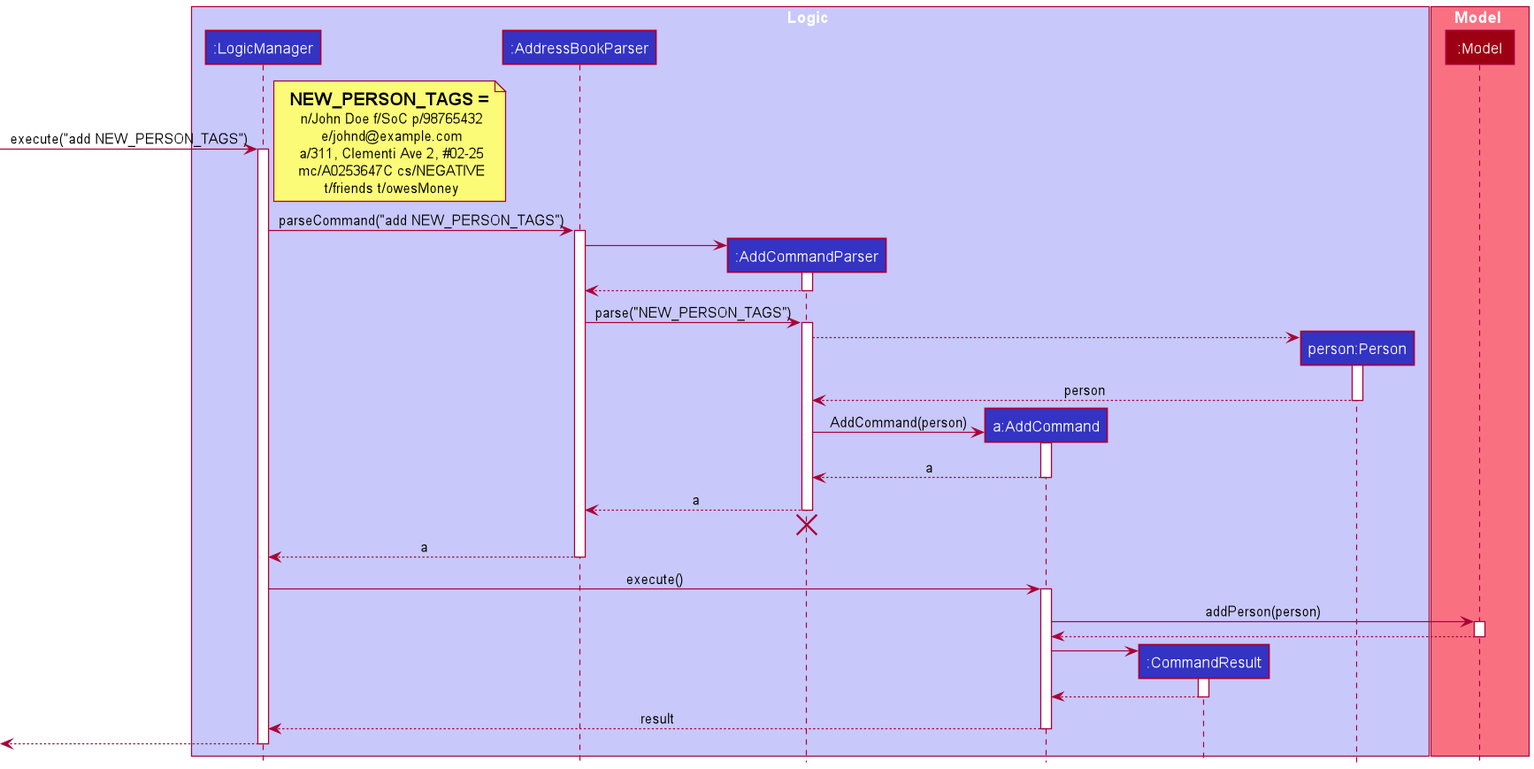
This is docs/images/AddSequenceDiagram.png from nus-cs2103-AY2122S2/tp, a PlantUML export, as it was before one commit.
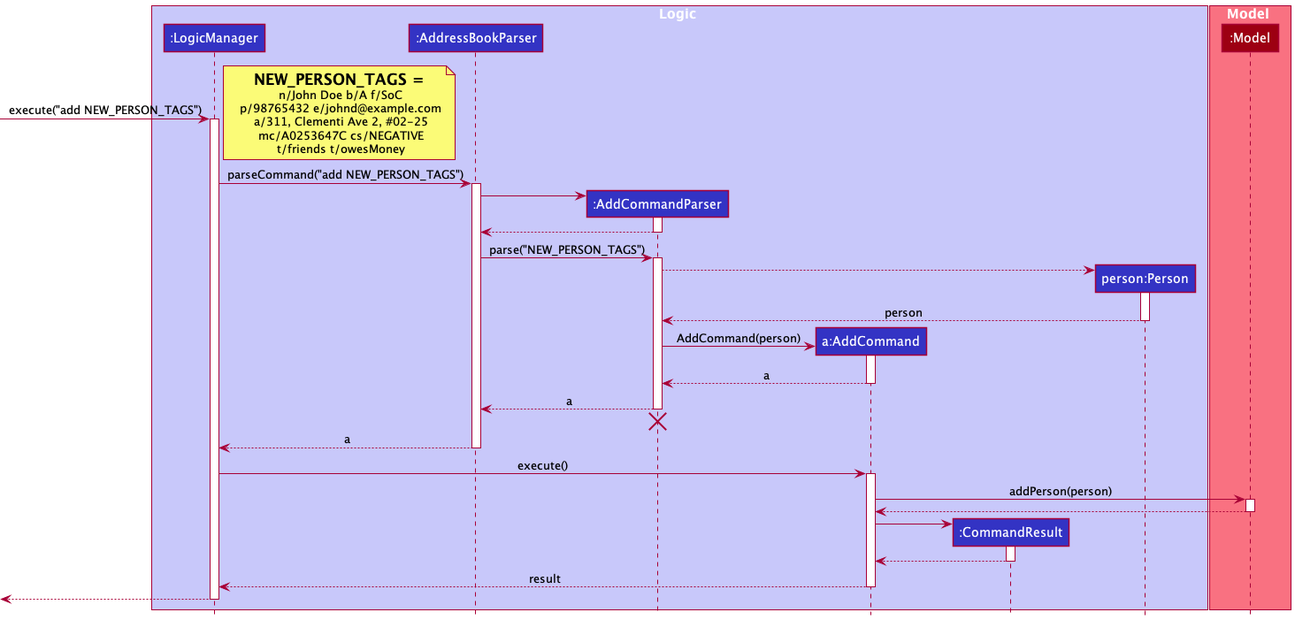
The same diagram one commit later.

Commit message:
Change image size and add block tag in add sequence diagram

Change to the diagram source:
```diff
@@ -19,8 +19,8 @@
 activate LogicManager
 note RIGHT
 =NEW_PERSON_TAGS =
- n/John Doe f/SoC p/98765432
- e/johnd@example.com
+ n/John Doe b/A f/SoC
+ p/98765432 e/johnd@example.com
  a/311, Clementi Ave 2, #02-25
  mc/A0253647C cs/NEGATIVE
  t/friends t/owesMoney
```
